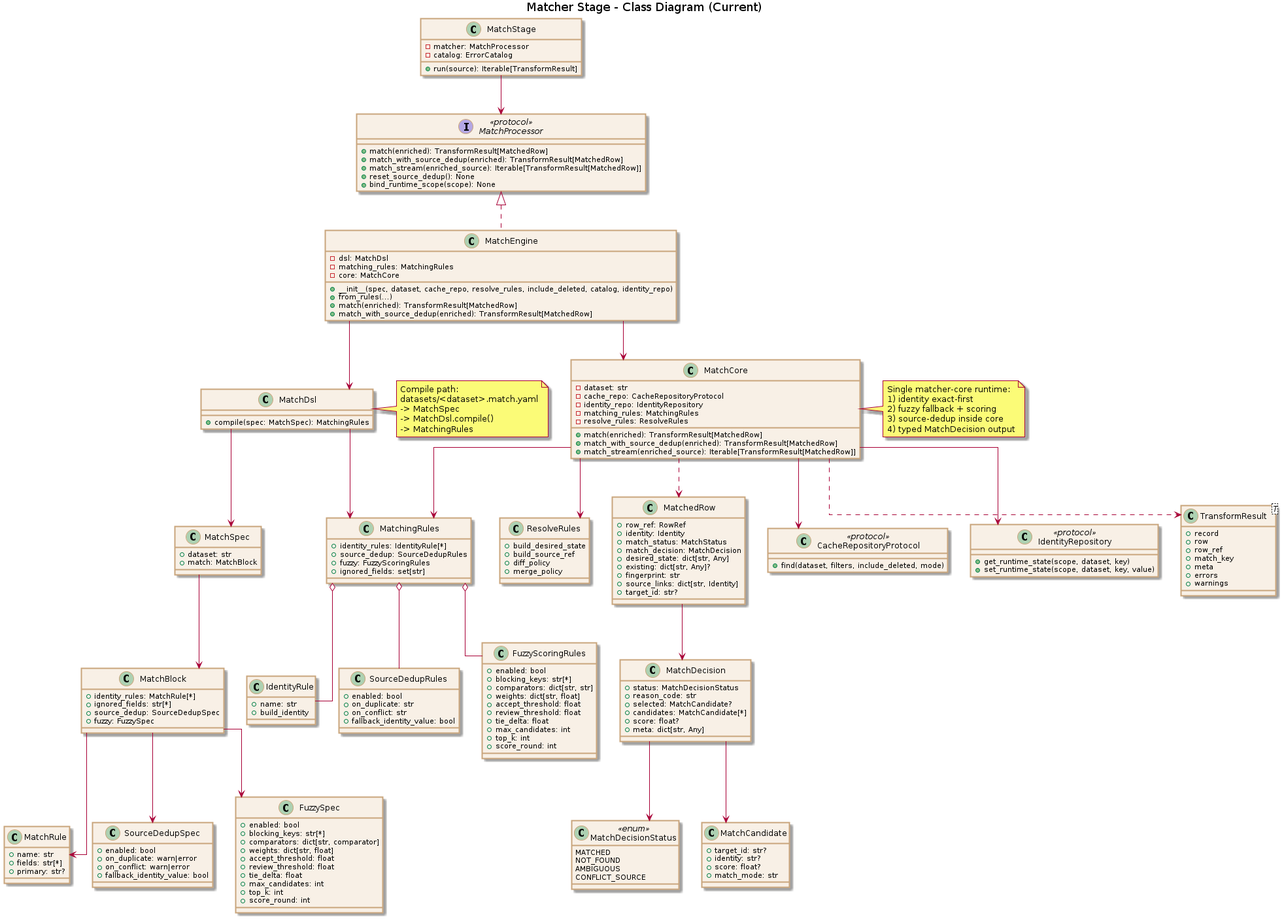
xORex-LC/nexus-etl keeps this PlantUML diagram as docs/uml/transform/matcher/matcher_class.png. Above is the earlier version. Its source is kept beside it as docs/uml/transform/matcher/matcher_class.puml.
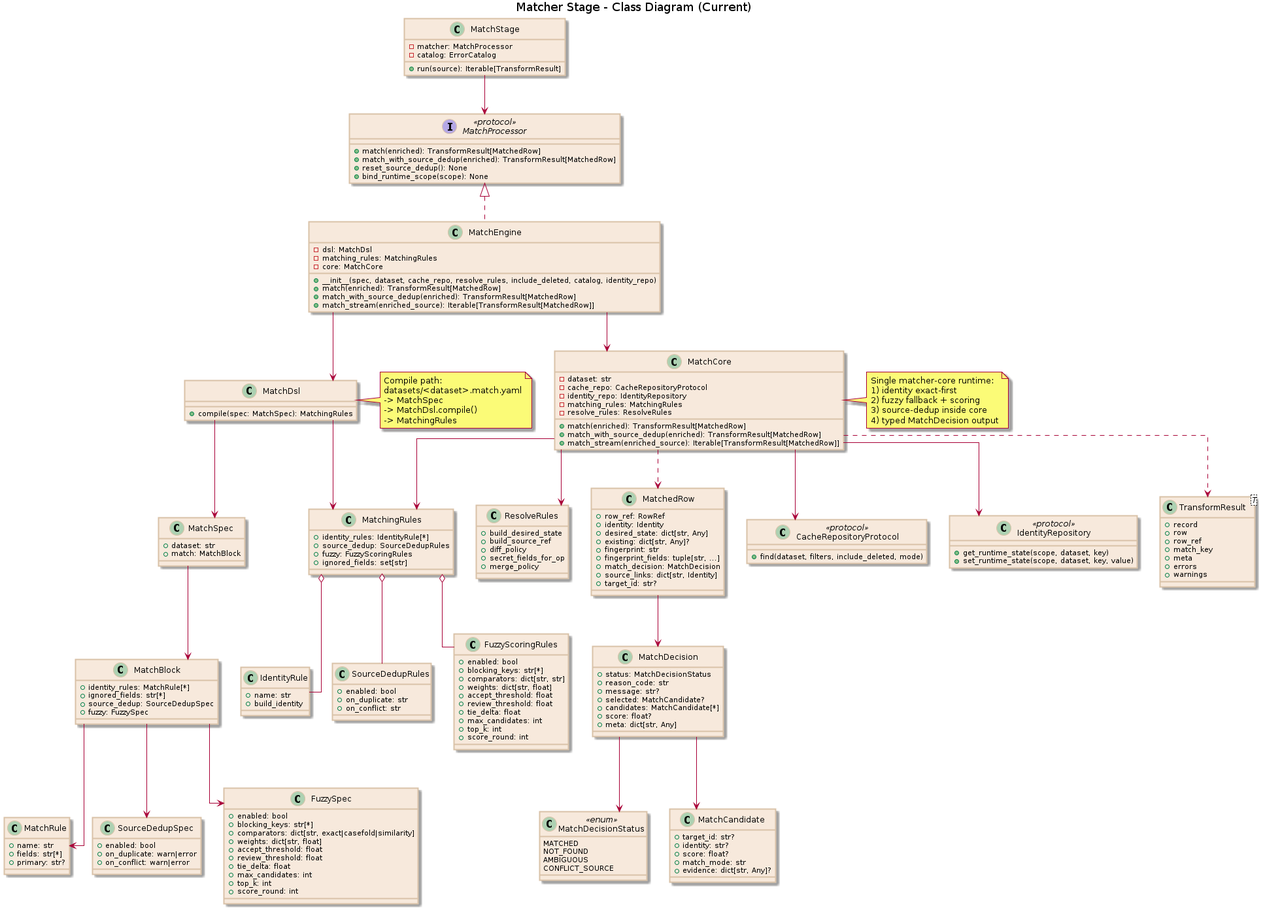
Above is the later version.

Diff of the diagram source:
```diff
@@ -6,8 +6,8 @@
 skinparam defaultFontName Arial
 skinparam classBorderThickness 2
 skinparam class {
-  BackgroundColor #f8f0e6
-  BorderColor #c9a57c
+  BackgroundColor #f7e9dc
+  BorderColor #d9c2a8
 }
 
 class MatchStage {
@@ -19,7 +19,6 @@
 interface MatchProcessor <<protocol>> {
   + match(enriched): TransformResult[MatchedRow]
   + match_with_source_dedup(enriched): TransformResult[MatchedRow]
-  + match_stream(enriched_source): Iterable[TransformResult[MatchedRow]]
   + reset_source_dedup(): None
   + bind_runtime_scope(scope): None
 }
@@ -29,9 +28,9 @@
   - matching_rules: MatchingRules
   - core: MatchCore
   + __init__(spec, dataset, cache_repo, resolve_rules, include_deleted, catalog, identity_repo)
-  + from_rules(...)
   + match(enriched): TransformResult[MatchedRow]
   + match_with_source_dedup(enriched): TransformResult[MatchedRow]
+  + match_stream(enriched_source): Iterable[TransformResult[MatchedRow]]
 }
 
 class MatchDsl {
@@ -71,13 +70,12 @@
   + enabled: bool
   + on_duplicate: warn|error
   + on_conflict: warn|error
-  + fallback_identity_value: bool
 }
 
 class FuzzySpec {
   + enabled: bool
   + blocking_keys: str[*]
-  + comparators: dict[str, comparator]
+  + comparators: dict[str, exact|casefold|similarity]
   + weights: dict[str, float]
   + accept_threshold: float
   + review_threshold: float
@@ -103,7 +101,6 @@
   + enabled: bool
   + on_duplicate: str
   + on_conflict: str
-  + fallback_identity_value: bool
 }
 
 class FuzzyScoringRules {
@@ -123,6 +120,7 @@
   + build_desired_state
   + build_source_ref
   + diff_policy
+  + secret_fields_for_op
   + merge_policy
 }
 
@@ -136,6 +134,7 @@
 class MatchDecision {
   + status: MatchDecisionStatus
   + reason_code: str
+  + message: str?
   + selected: MatchCandidate?
   + candidates: MatchCandidate[*]
   + score: float?
@@ -147,16 +146,17 @@
   + identity: str?
   + score: float?
   + match_mode: str
+  + evidence: dict[str, Any]?
 }
 
 class MatchedRow {
   + row_ref: RowRef
   + identity: Identity
-  + match_status: MatchStatus
-  + match_decision: MatchDecision
   + desired_state: dict[str, Any]
   + existing: dict[str, Any]?
   + fingerprint: str
+  + fingerprint_fields: tuple[str, ...]
+  + match_decision: MatchDecision
   + source_links: dict[str, Identity]
   + target_id: str?
 }
```
